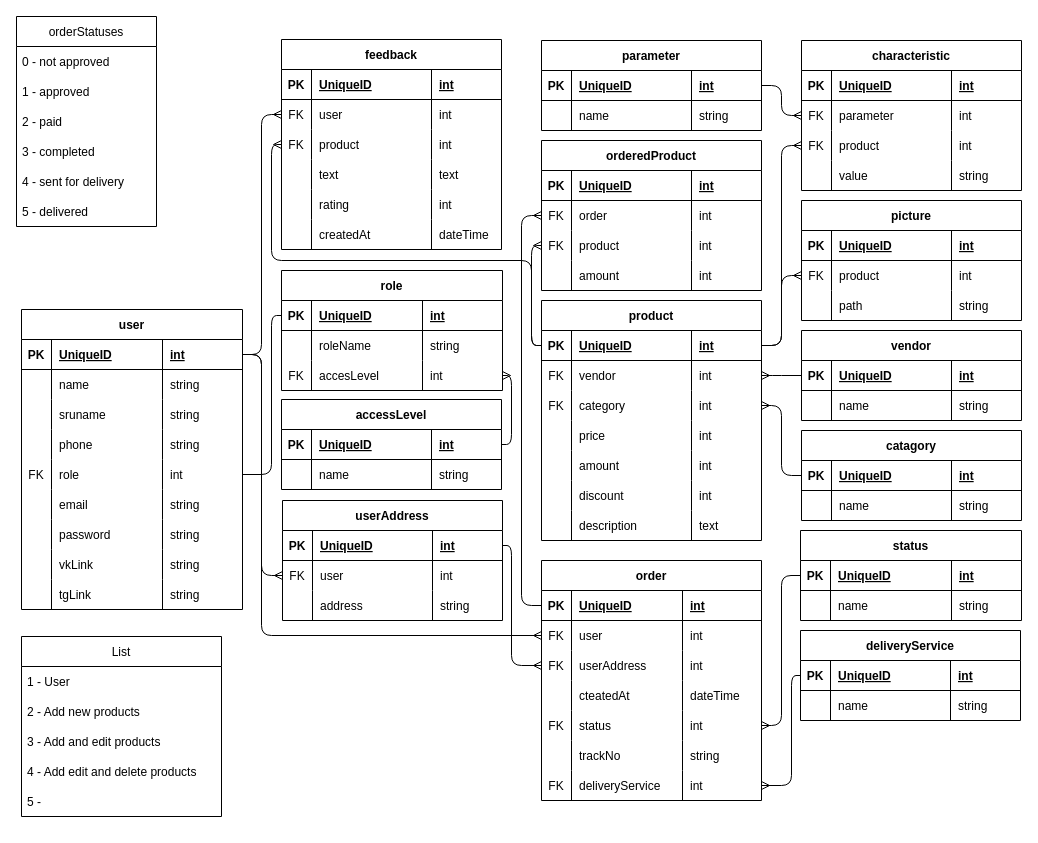
The draw.io diagram VoiakaGM.drawio in TMWAG/voiakaGM-shop, before the edit. Source tidied: cells renumbered, new cells numbered last; positions are measured from the earlier drawing's top-left corner, leaving out a move shared by most shapes. Both pictures are drawn from the tidied source at 100%, with x=0, y=0 at pixel (16, 16).
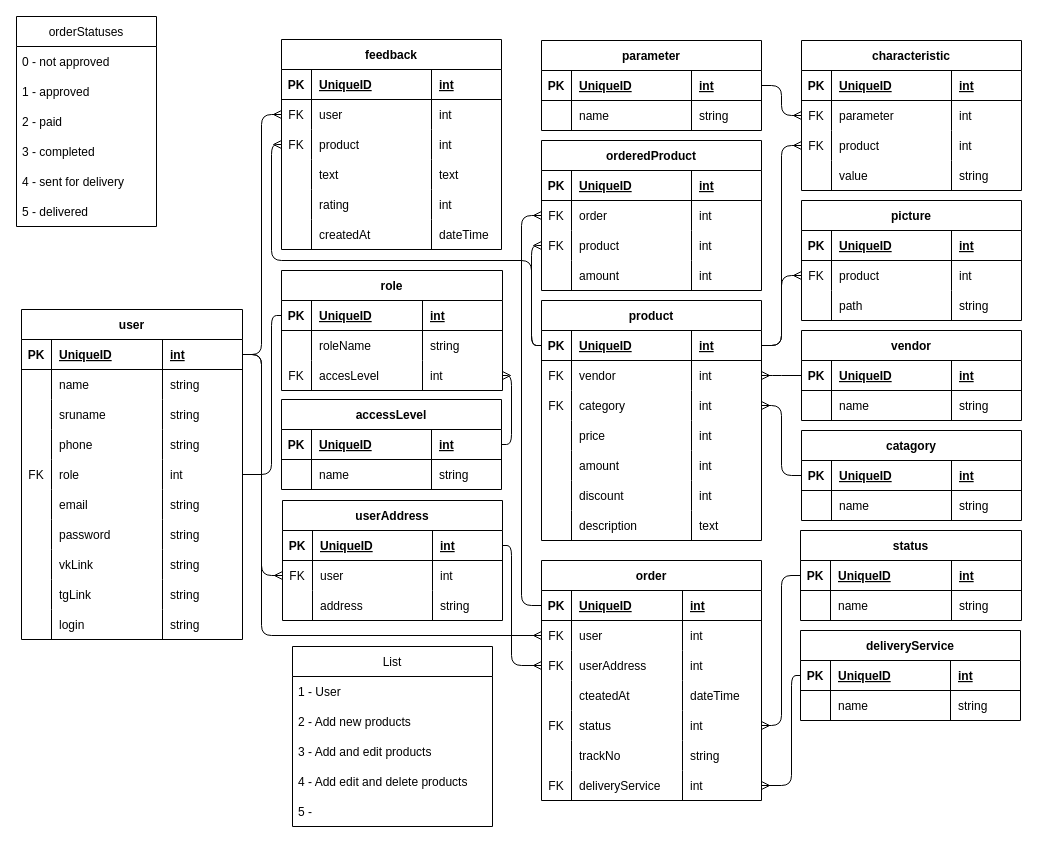
Above is the later version.

Commit message (it also covers changes not shown here):
added 'login' firld to user model, mentioned also in diagram

Diff of the diagram source:
```diff
@@
     <mxCell id="2" value="user" style="shape=table;startSize=30;childLayout=tableLayout;rowLines=0;fontStyle=1;align=center;" parent="1" vertex="1">
-      <mxGeometry x="5" y="293" width="221" height="300" as="geometry" />
+      <mxGeometry x="5" y="293" width="221" height="330" as="geometry" />
     </mxCell>
@@
+    <mxCell id="278" style="shape=tableRow;horizontal=0;startSize=0;swimlaneHead=0;swimlaneBody=0;fillColor=none;top=0;left=0;right=0;bottom=0;" parent="2" vertex="1">
+      <mxGeometry y="300" width="221" height="30" as="geometry" />
+    </mxCell>
+    <mxCell id="279" style="shape=partialRectangle;fillColor=none;top=0;left=0;bottom=0;right=0;overflow=hidden;" parent="278" vertex="1">
+      <mxGeometry width="30" height="30" as="geometry" />
+    </mxCell>
+    <mxCell id="280" value="login" style="shape=partialRectangle;fillColor=none;top=0;left=0;bottom=0;right=0;align=left;spacingLeft=6;overflow=hidden;" parent="278" vertex="1">
+      <mxGeometry x="30" width="111" height="30" as="geometry" />
+    </mxCell>
+    <mxCell id="281" value="string" style="shape=partialRectangle;fillColor=none;top=0;left=0;bottom=0;right=0;align=left;spacingLeft=6;overflow=hidden;" parent="278" vertex="1">
+      <mxGeometry x="141" width="80" height="30" as="geometry" />
+    </mxCell>
@@
     <mxCell id="272" value="List" style="swimlane;fontStyle=0;horizontal=1;startSize=30;" parent="1" vertex="1">
-      <mxGeometry x="5" y="620" width="200" height="180" as="geometry" />
+      <mxGeometry x="276" y="630" width="200" height="180" as="geometry" />
     </mxCell>
```
